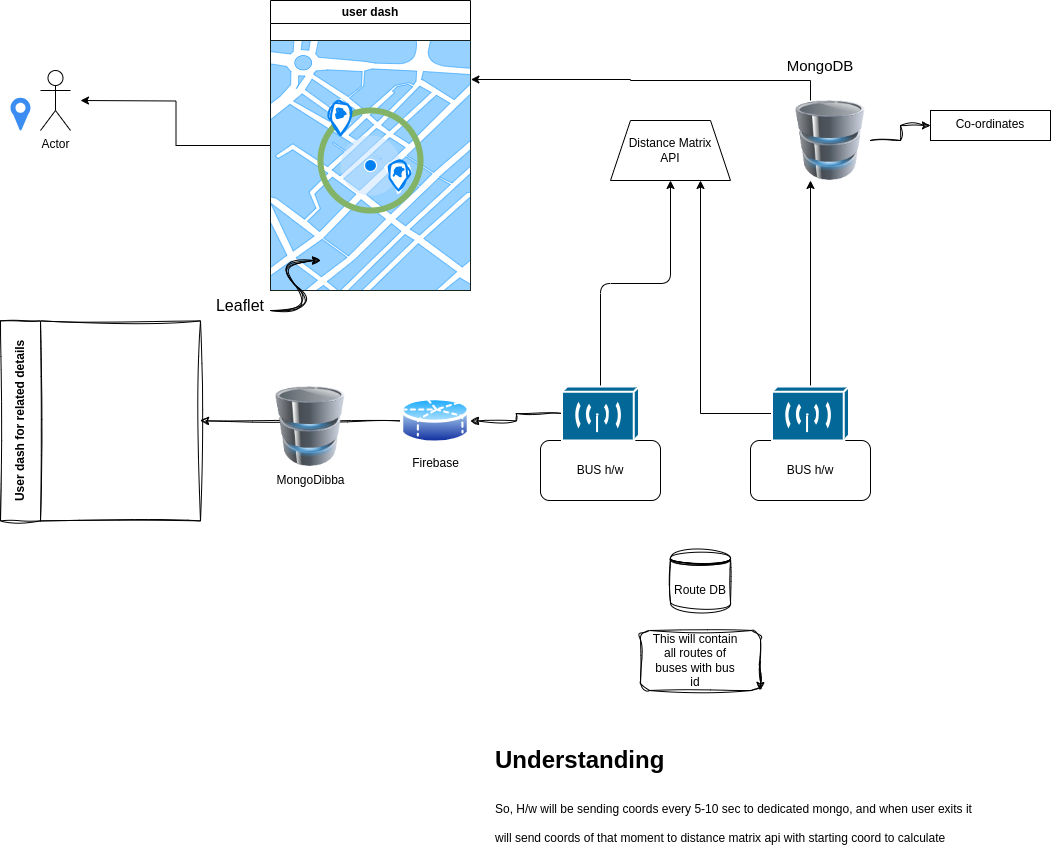
Earlier version of the draw.io export maps.drawio.png (anu-sin-theta/anu-rust). Source tidied: cells renumbered, new cells last; positions are measured from the earlier drawing's top-left corner, leaving out a move shared by most shapes.
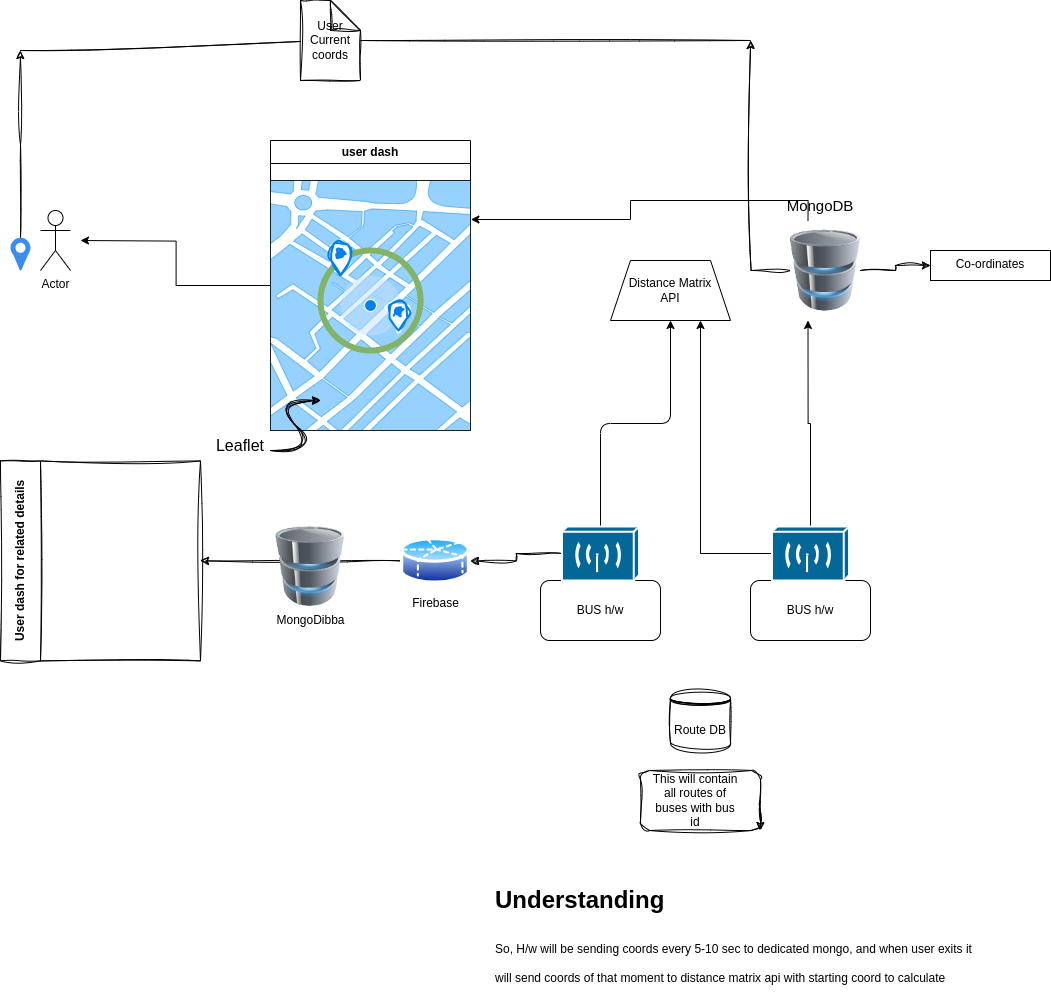
After the commit.

What changed in the source:
```diff
@@ -55,6 +55,11 @@
     <mxCell id="18" style="shape=mxgraph.cisco.wireless.wireless_transport;html=1;dashed=0;fillColor=#036897;strokeColor=#ffffff;strokeWidth=2;verticalLabelPosition=bottom;verticalAlign=top;align=center;outlineConnect=0;" parent="1" vertex="1">
       <mxGeometry x="771.5" y="386" width="77" height="54" as="geometry" />
     </mxCell>
+    <mxCell id="38" style="edgeStyle=orthogonalEdgeStyle;rounded=0;sketch=1;hachureGap=4;jiggle=2;curveFitting=1;jettySize=auto;html=1;" parent="1" edge="1" source="19">
+      <mxGeometry relative="1" as="geometry">
+        <mxPoint x="20" y="-90" as="targetPoint" />
+      </mxGeometry>
+    </mxCell>
     <mxCell id="19" style="sketch=0;html=1;strokeColor=none;shadow=0;fillColor=#3B8DF1;verticalAlign=top;labelPosition=center;verticalLabelPosition=bottom;shape=mxgraph.gcp2.maps_api;" parent="1" vertex="1">
       <mxGeometry x="10" y="97.2" width="20" height="32.8" as="geometry" />
     </mxCell>
@@ -64,8 +69,13 @@
     <mxCell id="21" style="edgeStyle=orthogonalEdgeStyle;rounded=0;sketch=1;hachureGap=4;jiggle=2;curveFitting=1;jettySize=auto;html=1;" parent="1" edge="1" source="22" target="36">
       <mxGeometry relative="1" as="geometry" />
     </mxCell>
+    <mxCell id="39" style="edgeStyle=orthogonalEdgeStyle;rounded=0;sketch=1;hachureGap=4;jiggle=2;curveFitting=1;jettySize=auto;html=1;" parent="1" edge="1" source="22">
+      <mxGeometry relative="1" as="geometry">
+        <mxPoint x="750" y="-100" as="targetPoint" />
+      </mxGeometry>
+    </mxCell>
     <mxCell id="22" style="image;html=1;image=img/lib/clip_art/computers/Database_128x128.png;" parent="1" vertex="1">
-      <mxGeometry x="790" y="100" width="80" height="80" as="geometry" />
+      <mxGeometry x="790" y="80" width="70" height="100" as="geometry" />
     </mxCell>
     <mxCell id="23" value="&lt;font style=&quot;font-size: 15px;&quot;&gt;MongoDB&lt;/font&gt;" style="text;html=1;align=center;verticalAlign=middle;whiteSpace=wrap;rounded=0;" parent="1" vertex="1">
       <mxGeometry x="790" y="50" width="60" height="30" as="geometry" />
@@ -128,5 +138,18 @@
     <mxCell id="37" value="&lt;h1&gt;&lt;span style=&quot;background-color: initial;&quot;&gt;Understanding&lt;/span&gt;&lt;/h1&gt;&lt;h1&gt;&lt;span style=&quot;background-color: initial; font-size: 12px; font-weight: normal;&quot;&gt;So, H/w will be sending coords every 5-10 sec to dedicated mongo, and when user exits it will send coords of that moment to distance matrix api with starting coord to calculate distance, yes the middle coord will be also send to dist.Matrix to calculate accurate distance.&lt;/span&gt;&lt;br&gt;&lt;/h1&gt;" style="text;html=1;spacing=5;spacingTop=-20;whiteSpace=wrap;overflow=hidden;rounded=0;" parent="1" vertex="1">
       <mxGeometry x="490" y="740" width="490" height="120" as="geometry" />
     </mxCell>
+    <mxCell id="40" style="endArrow=none;html=1;rounded=0;sketch=1;hachureGap=4;jiggle=2;curveFitting=1;" parent="1" edge="1" source="42">
+      <mxGeometry relative="1" as="geometry">
+        <mxPoint x="750" y="-100" as="targetPoint" />
+      </mxGeometry>
+    </mxCell>
+    <mxCell id="41" style="endArrow=none;html=1;rounded=0;sketch=1;hachureGap=4;jiggle=2;curveFitting=1;" parent="1" edge="1" target="42">
+      <mxGeometry relative="1" as="geometry">
+        <mxPoint x="20" y="-90" as="sourcePoint" />
+      </mxGeometry>
+    </mxCell>
+    <mxCell id="42" value="User Current coords" style="shape=note;whiteSpace=wrap;html=1;backgroundOutline=1;darkOpacity=0.05;sketch=1;hachureGap=4;jiggle=2;curveFitting=1;" parent="1" vertex="1">
+      <mxGeometry x="300" y="-140" width="60" height="80" as="geometry" />
+    </mxCell>
   </root>
 </mxGraphModel>
```
